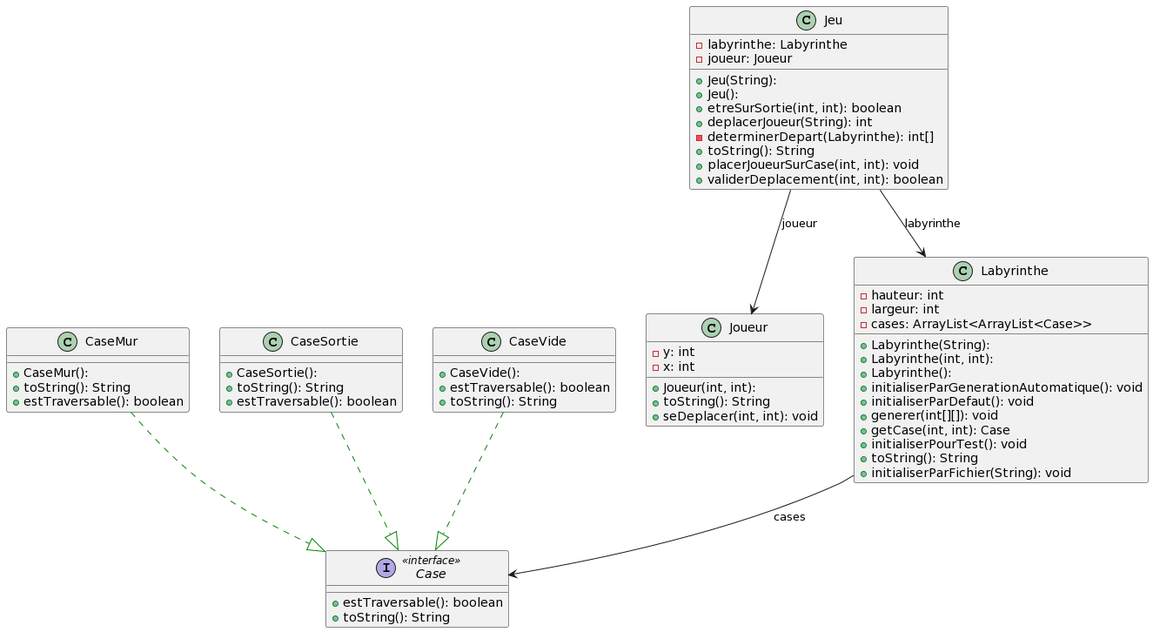
Before: documents/sprint_0/diagramme_de_classe.png, a diagram exported from PlantUML (rzepka2u/ACL_daedalus).
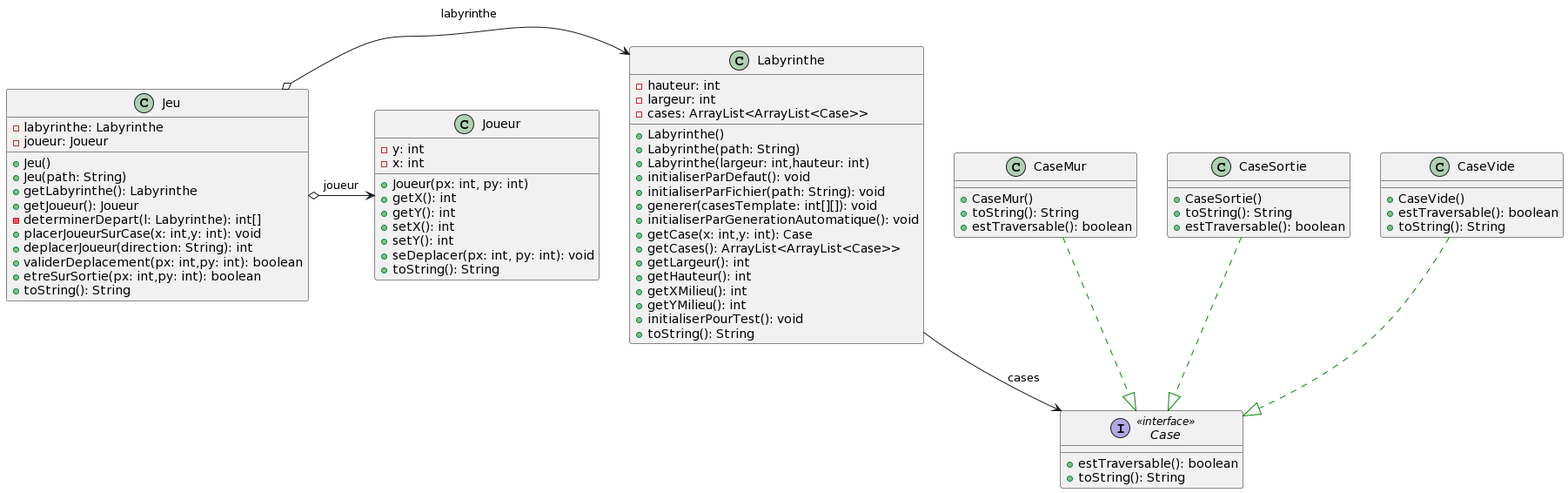
Above is the later version.

Change to the diagram source:
```diff
@@ -4,61 +4,70 @@
   + toString(): String
 }
 class CaseMur {
-  + CaseMur():
+  + CaseMur()
   + toString(): String
   + estTraversable(): boolean
 }
 class CaseSortie {
-  + CaseSortie():
+  + CaseSortie()
   + toString(): String
   + estTraversable(): boolean
 }
 class CaseVide {
-  + CaseVide():
+  + CaseVide()
   + estTraversable(): boolean
   + toString(): String
 }
 class Jeu {
-  + Jeu(String):
-  + Jeu():
   - labyrinthe: Labyrinthe
   - joueur: Joueur
-  + etreSurSortie(int, int): boolean
-  + deplacerJoueur(String): int
-  - determinerDepart(Labyrinthe): int[]
+  + Jeu()
+  + Jeu(path: String)
+  + getLabyrinthe(): Labyrinthe
+  + getJoueur(): Joueur
+  - determinerDepart(l: Labyrinthe): int[]
+  + placerJoueurSurCase(x: int,y: int): void
+  + deplacerJoueur(direction: String): int
+  + validerDeplacement(px: int,py: int): boolean
+  + etreSurSortie(px: int,py: int): boolean
   + toString(): String
-  + placerJoueurSurCase(int, int): void
-  + validerDeplacement(int, int): boolean
 }
 class Joueur {
-  + Joueur(int, int):
   - y: int
   - x: int
+  + Joueur(px: int, py: int)
+  + getX(): int
+  + getY(): int
+  + setX(): int
+  + setY(): int
+  + seDeplacer(px: int, py: int): void
   + toString(): String
-  + seDeplacer(int, int): void
 }
 class Labyrinthe {
-  + Labyrinthe(String):
-  + Labyrinthe(int, int):
-  + Labyrinthe():
   - hauteur: int
   - largeur: int
   - cases: ArrayList<ArrayList<Case>>
+  + Labyrinthe()
+  + Labyrinthe(path: String)
+  + Labyrinthe(largeur: int,hauteur: int)
+  + initialiserParDefaut(): void
+  + initialiserParFichier(path: String): void
+  + generer(casesTemplate: int[][]): void
   + initialiserParGenerationAutomatique(): void
-  + initialiserParDefaut(): void
-  + generer(int[][]): void
-  + getCase(int, int): Case
+  + getCase(x: int,y: int): Case
+  + getCases(): ArrayList<ArrayList<Case>>
+  + getLargeur(): int
+  + getHauteur(): int
+  + getXMilieu(): int
+  + getYMilieu(): int
   + initialiserPourTest(): void
   + toString(): String
-  + initialiserParFichier(String): void
 }
 
 CaseMur     -[#008200,dashed]-^  Case
 CaseSortie  -[#008200,dashed]-^  Case
 CaseVide    -[#008200,dashed]-^  Case
-
-
-Jeu --> Labyrinthe : labyrinthe
-Jeu --> Joueur : joueur
+Jeu o-> Labyrinthe : labyrinthe
+Jeu o-> Joueur : joueur
 Labyrinthe --> Case : cases
 @enduml
```
